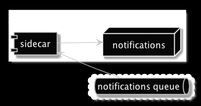
Above: slides/dqd.png in Yshayy/not-my-problem-talk (PlantUML), before the change. Its diagram source:
```plantuml
@startuml
skinparam monochrome reverse
left to right direction


frame notificationsPod {
    node notifications
    component "sidecar" as dqd
}

cloud {
    queue "notifications queue" as queue
}


dqd <-- queue
dqd --> notifications
@enduml
```
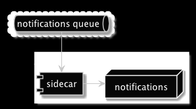
After the change.

Change to the diagram source:
```diff
@@ -1,7 +1,5 @@
 @startuml
 skinparam monochrome reverse
-left to right direction
-
 
 frame notificationsPod {
     node notifications
@@ -13,6 +11,6 @@
 }
 
 
-dqd <-- queue
-dqd --> notifications
+dqd <-up- queue
+dqd -right-> notifications
 @enduml
```
